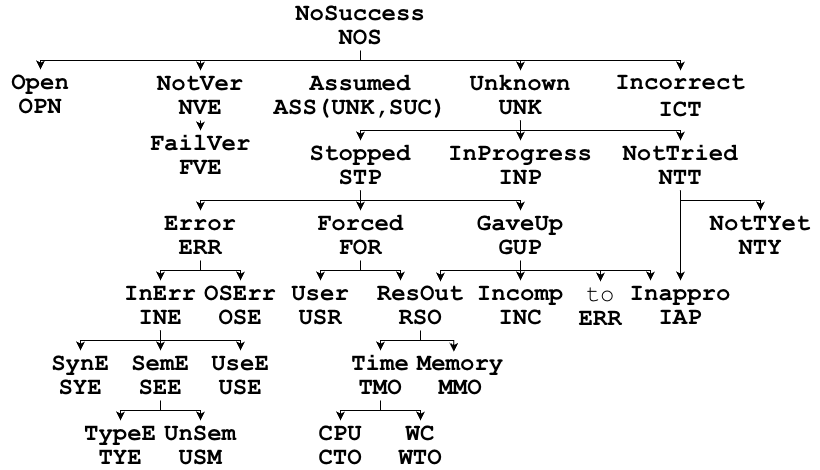
Before: Pictures/NoSuccess.png, a diagram exported from draw.io (TPTPWorld/SZSOntologies). Source tidied: cells renumbered, new cells last; positions are measured from the earlier drawing's top-left corner, leaving out a move shared by most shapes.
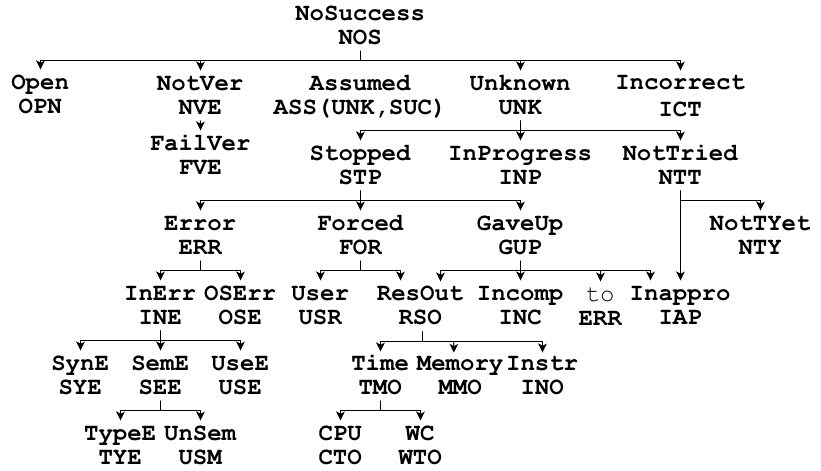
The same diagram one commit later.

Change to the diagram source:
```diff
@@ -215,12 +215,14 @@
         </Array>
       </mxGeometry>
     </mxCell>
-    <mxCell id="45" style="edgeStyle=orthogonalEdgeStyle;rounded=0;jettySize=auto;html=1;exitX=0.5;exitY=1;exitDx=0;exitDy=0;" parent="1" edge="1" source="46">
-      <mxGeometry relative="1" as="geometry">
-        <mxPoint x="380" y="350" as="targetPoint" />
+    <mxCell id="45" style="edgeStyle=orthogonalEdgeStyle;rounded=0;orthogonalLoop=1;jettySize=auto;html=1;" parent="1" edge="1">
+      <mxGeometry x="0.03" relative="1" as="geometry">
+        <mxPoint x="422" y="331" as="sourcePoint" />
+        <mxPoint x="380" y="351" as="targetPoint" />
         <Array as="points">
-          <mxPoint x="420" y="340" />
-          <mxPoint x="380" y="340" />
+          <mxPoint x="422" y="331" />
+          <mxPoint x="422" y="341" />
+          <mxPoint x="380" y="341" />
         </Array>
       </mxGeometry>
     </mxCell>
@@ -302,13 +304,27 @@
     <mxCell id="60" value="&lt;div style=&quot;line-height: 100%;&quot;&gt;&lt;font face=&quot;Courier New&quot; style=&quot;font-size: 24px; line-height: 100%;&quot;&gt;&lt;span style=&quot;font-weight: normal;&quot;&gt;to&lt;/span&gt;&lt;/font&gt;&lt;/div&gt;&lt;div style=&quot;line-height: 100%;&quot;&gt;&lt;font face=&quot;Courier New&quot; style=&quot;font-size: 24px; line-height: 100%;&quot;&gt;&lt;span&gt;ERR&lt;/span&gt;&lt;/font&gt;&lt;/div&gt;" style="text;strokeColor=none;align=center;fillColor=none;html=1;verticalAlign=middle;whiteSpace=wrap;rounded=0;fontStyle=1;" parent="1" vertex="1">
       <mxGeometry x="560" y="291" width="80" height="30" as="geometry" />
     </mxCell>
-    <mxCell id="61" style="edgeStyle=orthogonalEdgeStyle;rounded=0;jettySize=auto;html=1;exitX=0.5;exitY=1;exitDx=0;exitDy=0;entryX=0.416;entryY=0.027;entryDx=0;entryDy=0;entryPerimeter=0;" parent="1" edge="1" source="46" target="6">
-      <mxGeometry relative="1" as="geometry">
+    <mxCell id="61" style="edgeStyle=orthogonalEdgeStyle;rounded=0;jettySize=auto;html=1;exitX=0.516;exitY=1.013;exitDx=0;exitDy=0;entryX=0.416;entryY=0.027;entryDx=0;entryDy=0;entryPerimeter=0;exitPerimeter=0;" parent="1" edge="1" source="46">
+      <mxGeometry x="-0.01" relative="1" as="geometry">
+        <mxPoint x="453.3" y="352.3" as="targetPoint" />
         <Array as="points">
-          <mxPoint x="420" y="340" />
-          <mxPoint x="453" y="340" />
+          <mxPoint x="421.9" y="341" />
+          <mxPoint x="453.3" y="341" />
         </Array>
       </mxGeometry>
     </mxCell>
+    <mxCell id="62" value="&lt;font face=&quot;Courier New&quot; style=&quot;font-size: 24px; line-height: 100%;&quot;&gt;&lt;span&gt;Instr&lt;/span&gt;&lt;/font&gt;&lt;div style=&quot;line-height: 100%;&quot;&gt;&lt;font face=&quot;Courier New&quot; style=&quot;font-size: 24px; line-height: 100%;&quot;&gt;&lt;span&gt;INO&lt;/span&gt;&lt;/font&gt;&lt;/div&gt;" style="text;strokeColor=none;align=center;fillColor=none;html=1;verticalAlign=middle;whiteSpace=wrap;rounded=0;fontStyle=1;" parent="1" vertex="1">
+      <mxGeometry x="502" y="350" width="80" height="50" as="geometry" />
+    </mxCell>
+    <mxCell id="63" style="endArrow=classic;html=1;rounded=0;defaultLabelBackgroundColor=page;" parent="1" edge="1">
+      <mxGeometry x="0.19" relative="1" as="geometry">
+        <mxPoint x="422" y="332" as="sourcePoint" />
+        <mxPoint x="542" y="352" as="targetPoint" />
+        <Array as="points">
+          <mxPoint x="422" y="341" />
+          <mxPoint x="542" y="341" />
+        </Array>
+      </mxGeometry>
+    </mxCell>
   </root>
 </mxGraphModel>
```
